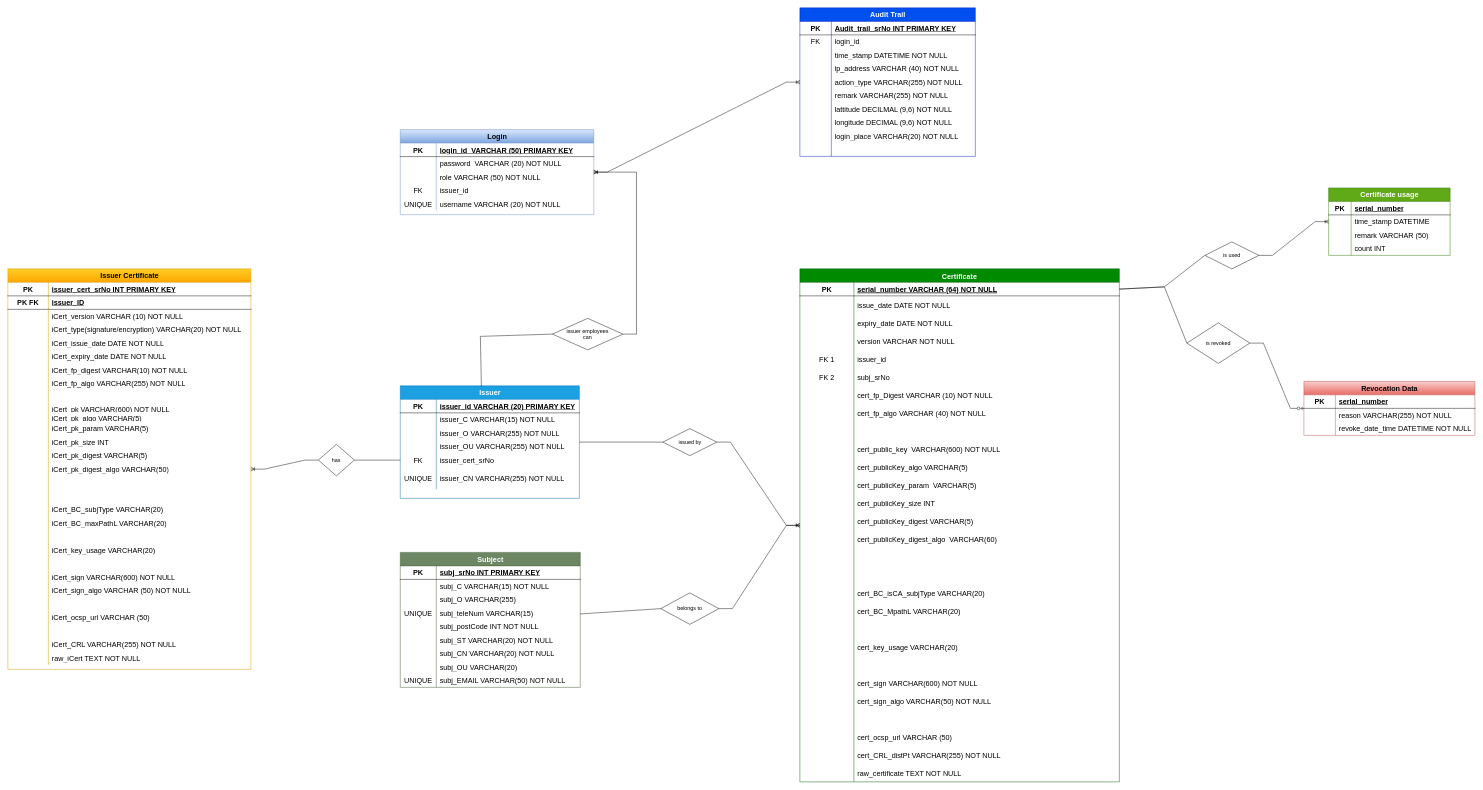
Above: db2.drawio in mimoneysh/DB_Design (draw.io), before the change. Source tidied: cells renumbered, new cells numbered last; positions are measured from the earlier drawing's top-left corner, leaving out a move shared by most shapes. Both pictures are drawn from the tidied source at 45%, with x=0, y=0 at pixel (8, 8).
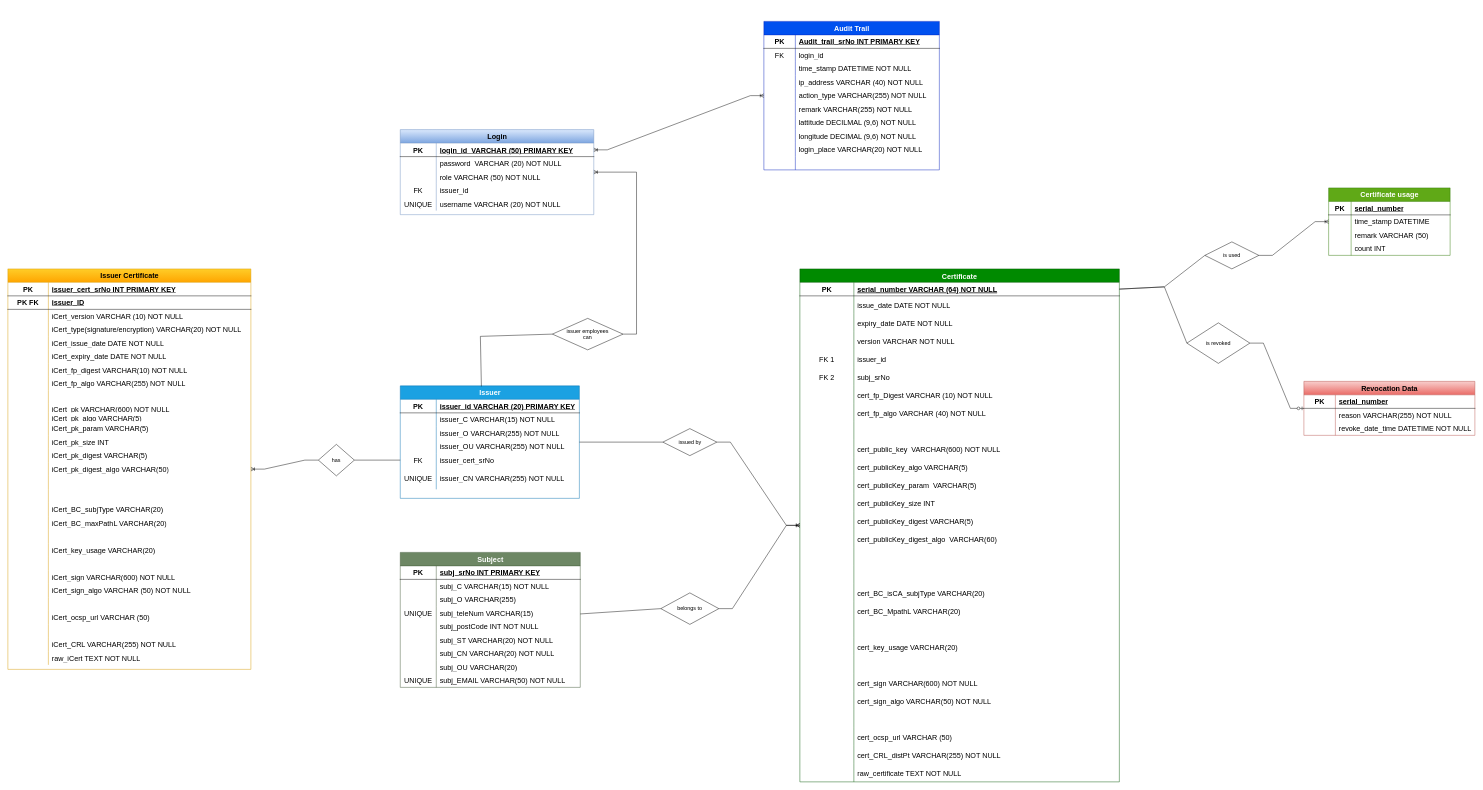
After the change.

The change refers to these unchanged cells:
```xml
<mxCell id="134" value="Login" style="shape=table;startSize=30;childLayout=tableLayout;rowLines=0;fontStyle=1;align=center;html=1;fontSize=16;labelBackgroundColor=none;fillColor=#dae8fc;gradientColor=#7ea6e0;strokeColor=#6c8ebf;" parent="1" vertex="1">
  <mxGeometry x="872" y="270.5" width="430" height="189" as="geometry" />
</mxCell>
<mxCell id="135" style="shape=tableRow;horizontal=0;startSize=0;swimlaneHead=0;swimlaneBody=0;fillColor=none;points=[[0,0.5],[1,0.5]];portConstraint=eastwest;top=0;left=0;right=0;bottom=1;fontSize=16;labelBackgroundColor=none;" parent="134" vertex="1">
  <mxGeometry y="30" width="430" height="30" as="geometry" />
</mxCell>
```

Diff of the diagram source:
```diff
@@
     <mxCell id="150" value="Audit Trail" style="shape=table;startSize=30;childLayout=tableLayout;rowLines=0;fontStyle=1;align=center;html=1;fontSize=16;labelBackgroundColor=none;fillColor=#0050ef;fontColor=#ffffff;strokeColor=#001DBC;" parent="1" vertex="1">
-      <mxGeometry x="1760" width="390" height="330" as="geometry" />
+      <mxGeometry x="1680" y="30" width="390" height="330" as="geometry" />
     </mxCell>
@@
-    <mxCell id="307" style="edgeStyle=entityRelationEdgeStyle;fontSize=12;html=1;endArrow=ERoneToMany;startArrow=ERoneToMany;rounded=0;" parent="1" edge="1" source="134" target="150">
+    <mxCell id="307" style="edgeStyle=entityRelationEdgeStyle;fontSize=12;html=1;endArrow=ERoneToMany;startArrow=ERoneToMany;rounded=0;exitX=1;exitY=0.5;exitDx=0;exitDy=0;" parent="1" edge="1" source="135" target="150">
       <mxGeometry relative="1" as="geometry" />
     </mxCell>
```
